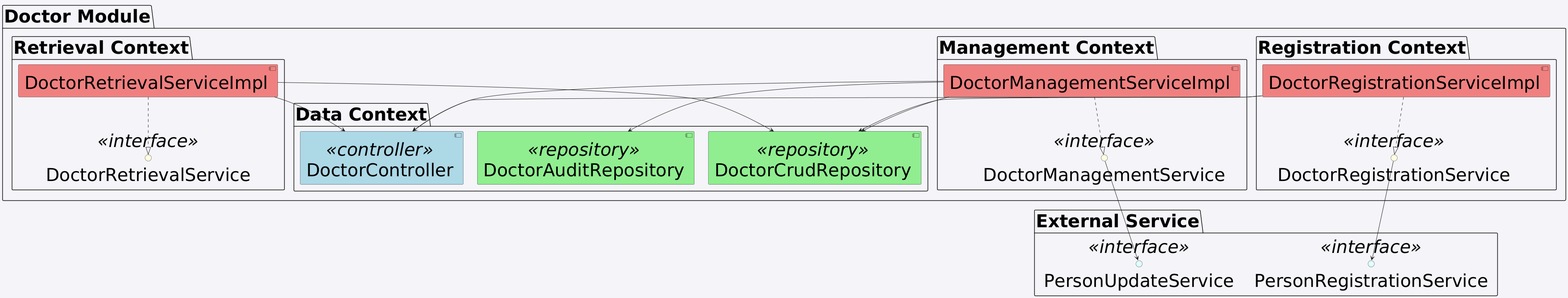
The PlantUML diagram figures/api/component_diagram_doctor.png in LazaroDamasceno/Dissertacao-Mestrado, before a commit.
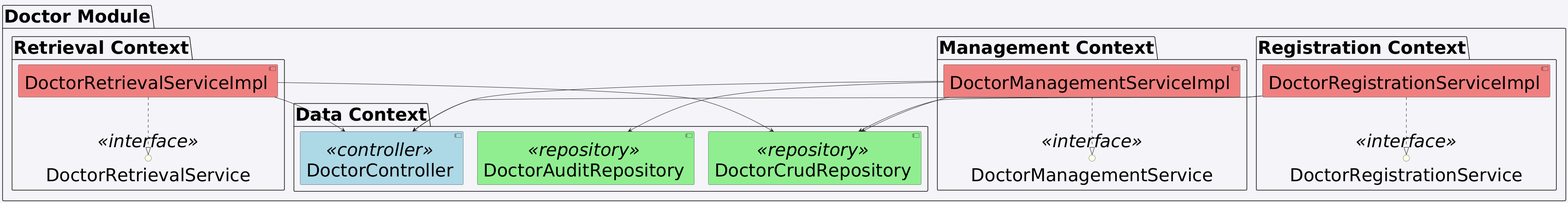
Later version of the same file.

The edit, as a diff of the source:
```diff
@@ -40,12 +40,4 @@
     }
 
 }
-
-package "External Service" {
-    interface "PersonRegistrationService" <<interface>> #lightcyan
-    interface "PersonUpdateService" <<interface>> #lightcyan
-}
-
-DoctorRegistrationService --> PersonRegistrationService
-DoctorManagementService --> PersonUpdateService
 @enduml
```
